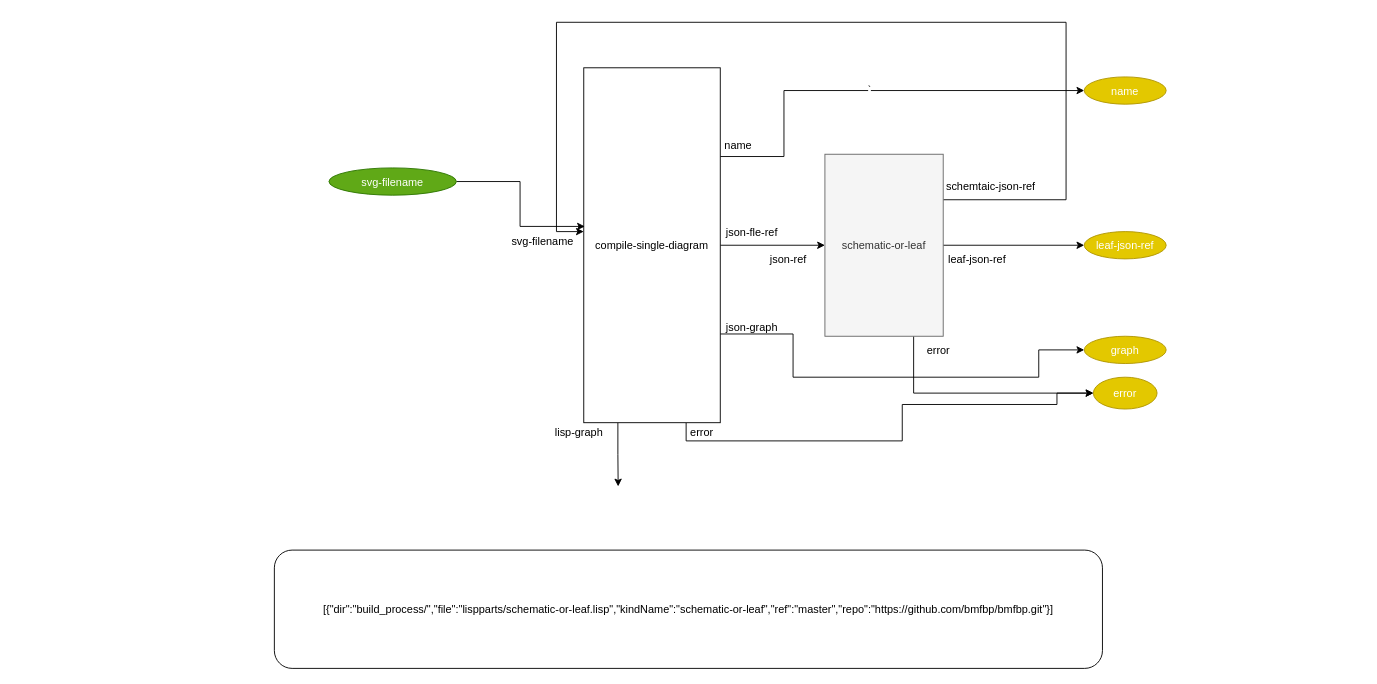
The draw.io diagram page "2. build-recursive" (3 of 5) of build_process/cl-build/build.drawio in bmfbp/bmfbp, before the edit. Source tidied: cells renumbered, new cells numbered last; positions are measured from the earlier drawing's top-left corner, leaving out a move shared by most shapes. Both pictures are drawn from the tidied source at 91%, with x=0, y=0 at pixel (274, 22).
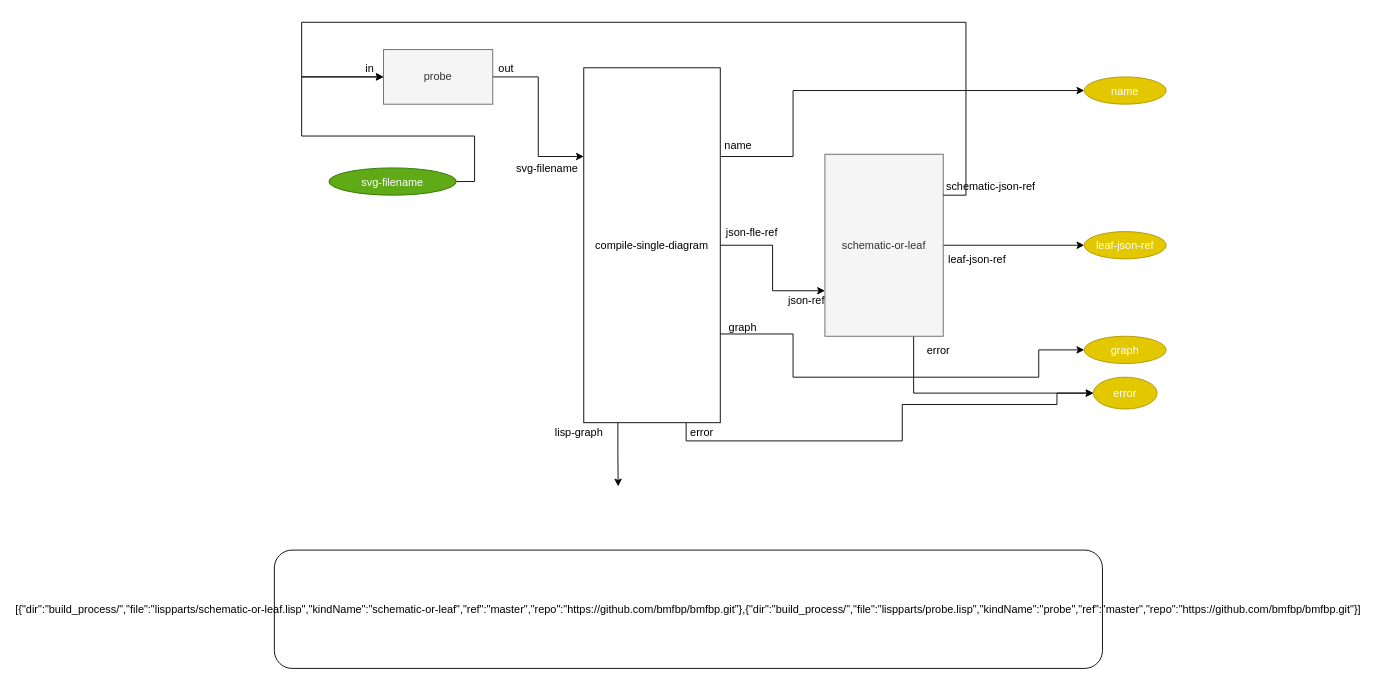
Above is the later version.

The change refers to these unchanged cells:
```xml
<mxCell id="7" value="compile-single-diagram" style="rounded=0;strokeColor=#000000;align=center;" parent="1" vertex="1">
  <mxGeometry x="340" y="50" width="150" height="390" as="geometry" />
</mxCell>
<mxCell id="9" value="svg-filename" style="ellipse;fillColor=#60a917;strokeColor=#2D7600;fontColor=#ffffff;" parent="1" vertex="1">
  <mxGeometry x="60" y="160" width="140" height="30" as="geometry" />
</mxCell>
<mxCell id="12" value="name" style="ellipse;fillColor=#e3c800;strokeColor=#B09500;fontColor=#ffffff;" parent="1" vertex="1">
  <mxGeometry x="890" y="60" width="90" height="30" as="geometry" />
</mxCell>
<mxCell id="16" value="schematic-or-leaf" style="rounded=0;strokeColor=#666666;align=center;fillColor=#f5f5f5;fontColor=#333333;" parent="1" vertex="1">
  <mxGeometry x="605" y="145" width="130" height="200" as="geometry" />
</mxCell>
```

The edit, as a diff of the source:
```diff
@@
+    <mxCell id="6" style="edgeStyle=orthogonalEdgeStyle;rounded=0;jettySize=auto;html=1;exitX=1;exitY=0.25;exitDx=0;exitDy=0;entryX=0;entryY=0.5;entryDx=0;entryDy=0;" parent="1" edge="1" source="7" target="12">
+      <mxGeometry relative="1" as="geometry">
+        <Array as="points">
+          <mxPoint x="570" y="148" />
+          <mxPoint x="570" y="75" />
+        </Array>
+      </mxGeometry>
+    </mxCell>
-    <mxCell id="5" style="edgeStyle=orthogonalEdgeStyle;rounded=0;jettySize=auto;html=1;exitX=1;exitY=0.5;exitDx=0;exitDy=0;" parent="1" edge="1" source="7" target="16">
+    <mxCell id="5" style="edgeStyle=orthogonalEdgeStyle;rounded=0;jettySize=auto;html=1;exitX=1;exitY=0.5;exitDx=0;exitDy=0;entryX=0;entryY=0.75;entryDx=0;entryDy=0;" parent="1" edge="1" source="7" target="16">
       <mxGeometry relative="1" as="geometry" />
     </mxCell>
-    <mxCell id="6" value="`" style="edgeStyle=orthogonalEdgeStyle;rounded=0;jettySize=auto;html=1;exitX=1;exitY=0.25;exitDx=0;exitDy=0;" parent="1" edge="1" source="7" target="12">
-      <mxGeometry relative="1" as="geometry">
-        <Array as="points">
-          <mxPoint x="560" y="148" />
-          <mxPoint x="560" y="75" />
-        </Array>
-      </mxGeometry>
-    </mxCell>
@@
-    <mxCell id="8" style="edgeStyle=orthogonalEdgeStyle;rounded=0;jettySize=auto;html=1;exitX=1;exitY=0.5;exitDx=0;exitDy=0;entryX=0.008;entryY=0.447;entryDx=0;entryDy=0;entryPerimeter=0;" parent="1" edge="1" source="9" target="7">
-      <mxGeometry relative="1" as="geometry" />
-    </mxCell>
+    <mxCell id="29" style="edgeStyle=orthogonalEdgeStyle;rounded=0;jettySize=auto;html=1;exitX=1;exitY=0.5;exitDx=0;exitDy=0;entryX=0;entryY=0.5;entryDx=0;entryDy=0;" parent="1" edge="1" source="9" target="32">
+      <mxGeometry relative="1" as="geometry">
+        <Array as="points">
+          <mxPoint x="220" y="175" />
+          <mxPoint x="220" y="125" />
+          <mxPoint x="30" y="125" />
+          <mxPoint x="30" y="60" />
+        </Array>
+      </mxGeometry>
+    </mxCell>
@@
-    <mxCell id="13" style="edgeStyle=orthogonalEdgeStyle;rounded=0;jettySize=auto;html=1;exitX=1;exitY=0.25;exitDx=0;exitDy=0;entryX=1;entryY=0;entryDx=0;entryDy=0;" parent="1" edge="1" source="16" target="21">
-      <mxGeometry relative="1" as="geometry">
-        <Array as="points">
-          <mxPoint x="870" y="195" />
-          <mxPoint x="870" />
-          <mxPoint x="310" />
-          <mxPoint x="310" y="230" />
-        </Array>
-      </mxGeometry>
-    </mxCell>
@@
-    <mxCell id="20" value="json-graph" style="text;strokeColor=none;fillColor=none;align=center;verticalAlign=middle;rounded=0;" parent="1" vertex="1">
-      <mxGeometry x="490" y="325" width="70" height="20" as="geometry" />
+    <mxCell id="20" value="graph" style="text;strokeColor=none;fillColor=none;align=center;verticalAlign=middle;rounded=0;" parent="1" vertex="1">
+      <mxGeometry x="490" y="325" width="50" height="20" as="geometry" />
     </mxCell>
     <mxCell id="21" value="svg-filename" style="text;strokeColor=none;fillColor=none;align=center;verticalAlign=middle;rounded=0;" parent="1" vertex="1">
-      <mxGeometry x="250" y="230" width="90" height="20" as="geometry" />
+      <mxGeometry x="260" y="150" width="80" height="20" as="geometry" />
     </mxCell>
+    <mxCell id="30" style="edgeStyle=orthogonalEdgeStyle;rounded=0;jettySize=auto;html=1;exitX=0;exitY=1;exitDx=0;exitDy=0;" parent="1" edge="1" source="22">
+      <mxGeometry relative="1" as="geometry">
+        <mxPoint x="120" y="60" as="targetPoint" />
+        <Array as="points">
+          <mxPoint x="760" y="190" />
+          <mxPoint x="760" />
+          <mxPoint x="30" />
+          <mxPoint x="30" y="60" />
+        </Array>
+      </mxGeometry>
+    </mxCell>
-    <mxCell id="22" value="schemtaic-json-ref" style="text;strokeColor=none;fillColor=none;align=center;verticalAlign=middle;rounded=0;" parent="1" vertex="1">
+    <mxCell id="22" value="schematic-json-ref" style="text;strokeColor=none;fillColor=none;align=center;verticalAlign=middle;rounded=0;" parent="1" vertex="1">
       <mxGeometry x="735" y="170" width="105" height="20" as="geometry" />
     </mxCell>
@@
     <mxCell id="26" value="json-ref" style="text;strokeColor=none;fillColor=none;align=center;verticalAlign=middle;rounded=0;" parent="1" vertex="1">
-      <mxGeometry x="530" y="250" width="70" height="20" as="geometry" />
+      <mxGeometry x="565" y="295" width="40" height="20" as="geometry" />
     </mxCell>
@@
-    <mxCell id="28" value="[{&quot;dir&quot;:&quot;build_process/&quot;,&quot;file&quot;:&quot;lispparts/schematic-or-leaf.lisp&quot;,&quot;kindName&quot;:&quot;schematic-or-leaf&quot;,&quot;ref&quot;:&quot;master&quot;,&quot;repo&quot;:&quot;https://github.com/bmfbp/bmfbp.git&quot;}]" style="rounded=1;" parent="1" vertex="1">
+    <mxCell id="28" value="[{&quot;dir&quot;:&quot;build_process/&quot;,&quot;file&quot;:&quot;lispparts/schematic-or-leaf.lisp&quot;,&quot;kindName&quot;:&quot;schematic-or-leaf&quot;,&quot;ref&quot;:&quot;master&quot;,&quot;repo&quot;:&quot;https://github.com/bmfbp/bmfbp.git&quot;},{&quot;dir&quot;:&quot;build_process/&quot;,&quot;file&quot;:&quot;lispparts/probe.lisp&quot;,&quot;kindName&quot;:&quot;probe&quot;,&quot;ref&quot;:&quot;master&quot;,&quot;repo&quot;:&quot;https://github.com/bmfbp/bmfbp.git&quot;}]" style="rounded=1;" parent="1" vertex="1">
       <mxGeometry y="580" width="910" height="130" as="geometry" />
     </mxCell>
+    <mxCell id="31" style="edgeStyle=orthogonalEdgeStyle;rounded=0;jettySize=auto;html=1;exitX=1;exitY=0.5;exitDx=0;exitDy=0;entryX=0;entryY=0.25;entryDx=0;entryDy=0;" parent="1" edge="1" source="32" target="7">
+      <mxGeometry relative="1" as="geometry" />
+    </mxCell>
+    <mxCell id="32" value="probe" style="rounded=0;whiteSpace=wrap;html=1;fillColor=#f5f5f5;strokeColor=#666666;fontColor=#333333;" parent="1" vertex="1">
+      <mxGeometry x="120" y="30" width="120" height="60" as="geometry" />
+    </mxCell>
+    <mxCell id="33" value="out" style="text;strokeColor=none;fillColor=none;align=center;verticalAlign=middle;rounded=0;" parent="1" vertex="1">
+      <mxGeometry x="240" y="40" width="30" height="20" as="geometry" />
+    </mxCell>
+    <mxCell id="34" value="in" style="text;strokeColor=none;fillColor=none;align=center;verticalAlign=middle;rounded=0;" parent="1" vertex="1">
+      <mxGeometry x="90" y="40" width="30" height="20" as="geometry" />
+    </mxCell>
```
